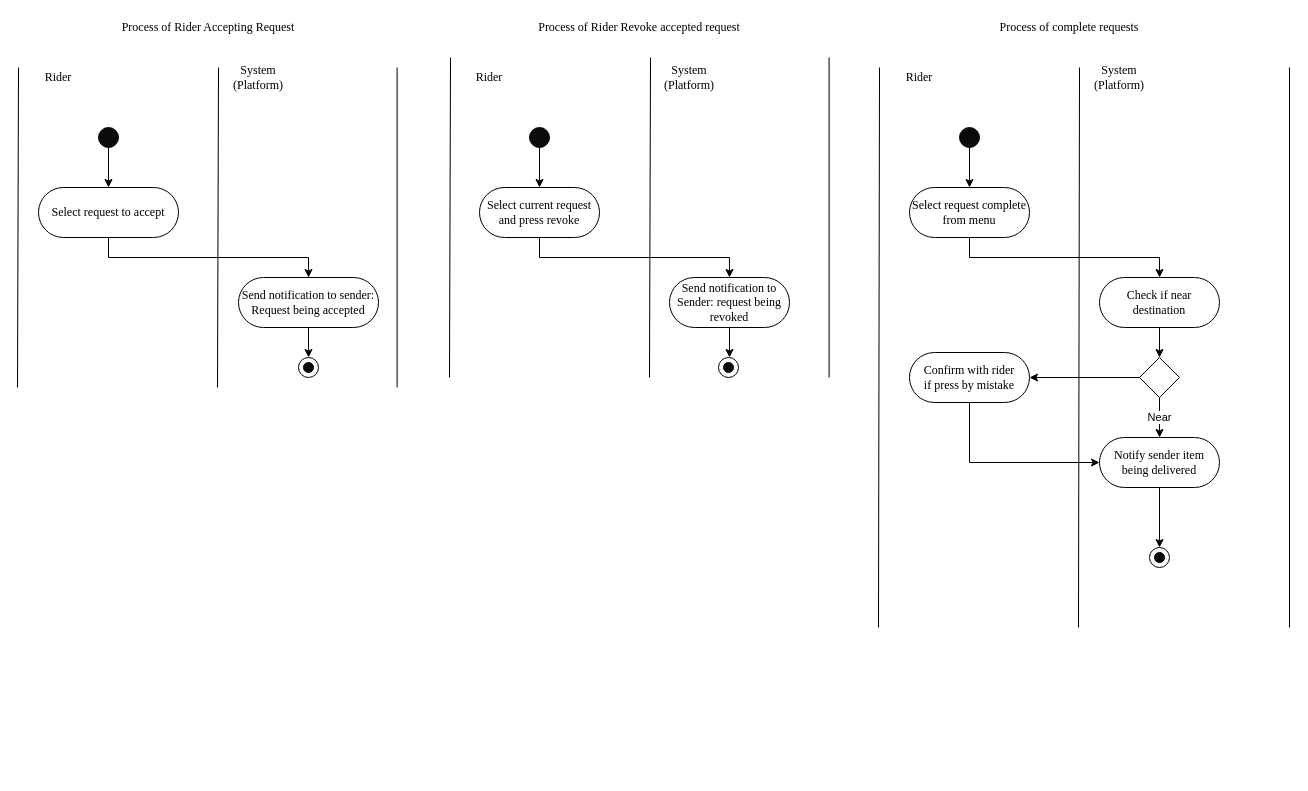
The draw.io diagram Diagrams/Requests/Manage Requests by Rider.drawio in DIT202003G1/SAD-Assignment, before the edit. Source tidied: cells renumbered, new cells numbered last; positions are measured from the earlier drawing's top-left corner, leaving out a move shared by most shapes. Both pictures are drawn from the tidied source at 100%, with x=0, y=0 at pixel (17, 17).
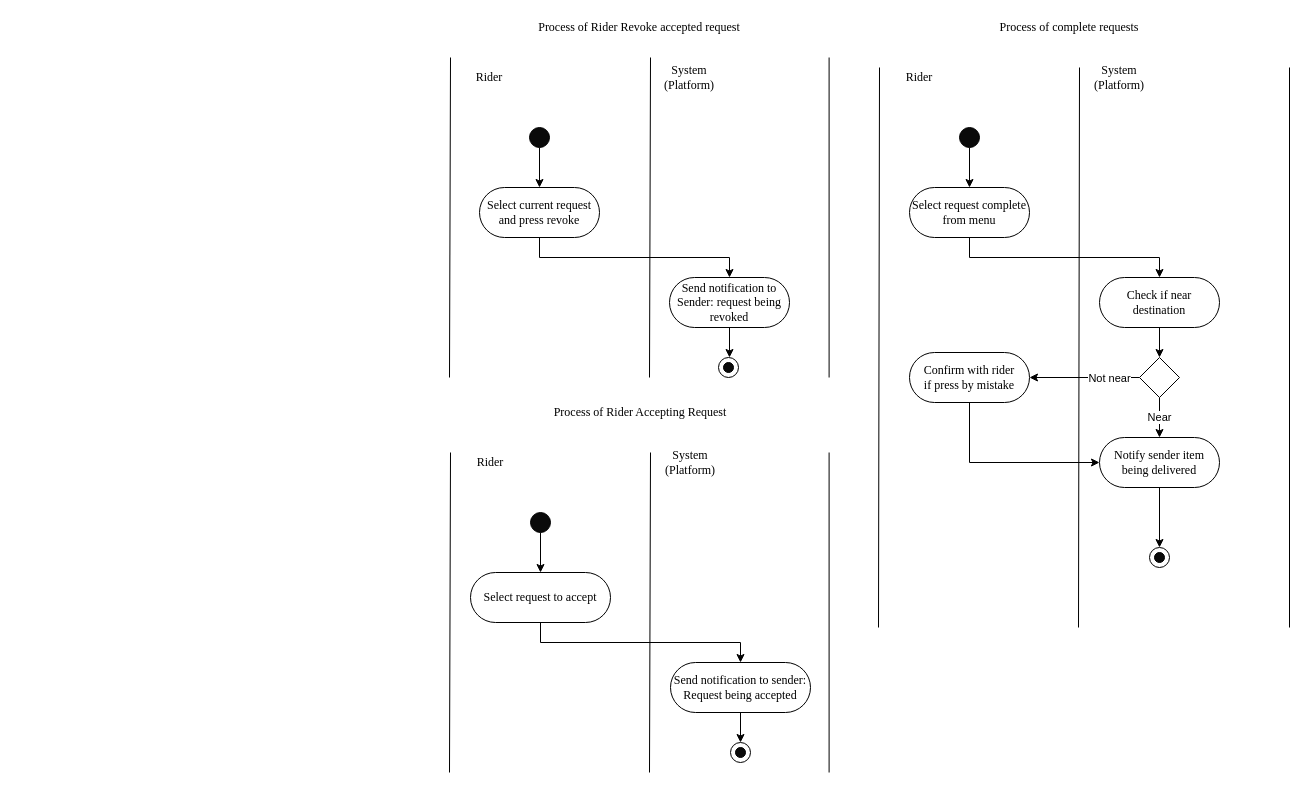
The same diagram, later.

The change refers to these unchanged cells:
```xml
<mxCell id="40" style="edgeStyle=orthogonalEdgeStyle;rounded=0;jettySize=auto;html=1;exitX=0;exitY=0.5;exitDx=0;exitDy=0;entryX=1;entryY=0.5;entryDx=0;entryDy=0;" parent="1" edge="1" source="41" target="53">
  <mxGeometry relative="1" as="geometry" />
</mxCell>
```

Change to the diagram source:
```diff
@@
     <mxCell id="2" value="Process of Rider Accepting Request" style="text;html=1;strokeColor=none;fillColor=none;align=center;verticalAlign=middle;whiteSpace=wrap;rounded=0;fontSize=12;fontFamily=Times New Roman;" parent="1" vertex="1">
-      <mxGeometry x="1" width="380" height="20" as="geometry" />
+      <mxGeometry x="433" y="385" width="380" height="20" as="geometry" />
     </mxCell>
     <mxCell id="3" value="Rider" style="text;html=1;strokeColor=none;fillColor=none;align=center;verticalAlign=middle;whiteSpace=wrap;rounded=0;fontSize=12;fontFamily=Times New Roman;" parent="1" vertex="1">
-      <mxGeometry x="1" y="50" width="80" height="20" as="geometry" />
+      <mxGeometry x="433" y="435" width="80" height="20" as="geometry" />
     </mxCell>
     <mxCell id="4" value="System (Platform)" style="text;html=1;strokeColor=none;fillColor=none;align=center;verticalAlign=middle;whiteSpace=wrap;rounded=0;fontSize=12;fontFamily=Times New Roman;" parent="1" vertex="1">
-      <mxGeometry x="201" y="50" width="80" height="20" as="geometry" />
+      <mxGeometry x="633" y="435" width="80" height="20" as="geometry" />
     </mxCell>
     <mxCell id="5" style="endArrow=none;html=1;fontFamily=Times New Roman;fontSize=12;" parent="1" edge="1">
       <mxGeometry relative="1" as="geometry">
-        <mxPoint y="370" as="sourcePoint" />
-        <mxPoint x="1" y="50" as="targetPoint" />
+        <mxPoint x="432" y="755" as="sourcePoint" />
+        <mxPoint x="433" y="435" as="targetPoint" />
       </mxGeometry>
     </mxCell>
     <mxCell id="6" style="endArrow=none;html=1;fontFamily=Times New Roman;fontSize=12;" parent="1" edge="1">
       <mxGeometry relative="1" as="geometry">
-        <mxPoint x="200" y="370" as="sourcePoint" />
-        <mxPoint x="201" y="50" as="targetPoint" />
+        <mxPoint x="632" y="755" as="sourcePoint" />
+        <mxPoint x="633" y="435" as="targetPoint" />
       </mxGeometry>
     </mxCell>
@@
     <mxCell id="8" style="ellipse;whiteSpace=wrap;html=1;fontFamily=Times New Roman;fontSize=12;fillColor=#0A0A0A;" parent="1" vertex="1">
-      <mxGeometry x="81" y="110" width="20" height="20" as="geometry" />
+      <mxGeometry x="513" y="495" width="20" height="20" as="geometry" />
     </mxCell>
     <mxCell id="9" style="endArrow=none;html=1;fontFamily=Times New Roman;fontSize=12;" parent="1" edge="1">
       <mxGeometry relative="1" as="geometry">
-        <mxPoint x="379.6" y="370" as="sourcePoint" />
-        <mxPoint x="379.6" y="50" as="targetPoint" />
+        <mxPoint x="811.6" y="755" as="sourcePoint" />
+        <mxPoint x="811.6" y="435" as="targetPoint" />
       </mxGeometry>
     </mxCell>
@@
     <mxCell id="11" value="Select request to accept" style="rounded=1;whiteSpace=wrap;html=1;fontFamily=Times New Roman;fontSize=12;arcSize=50;" parent="1" vertex="1">
-      <mxGeometry x="21" y="170" width="140" height="50" as="geometry" />
+      <mxGeometry x="453" y="555" width="140" height="50" as="geometry" />
     </mxCell>
     <mxCell id="12" style="group;" parent="1" vertex="1">
-      <mxGeometry x="281" y="340" width="20" height="20" as="geometry" />
+      <mxGeometry x="713" y="725" width="20" height="20" as="geometry" />
     </mxCell>
@@
+    <mxCell id="54" value="Not near" style="edgeLabel;html=1;align=center;verticalAlign=middle;" parent="40" vertex="1">
+      <mxGeometry x="-0.71" y="-3" relative="1" as="geometry">
+        <mxPoint x="-15" y="3" as="offset" />
+      </mxGeometry>
+    </mxCell>
@@
     <mxCell id="45" value="Send notification to sender: Request being accepted" style="rounded=1;whiteSpace=wrap;html=1;fontFamily=Times New Roman;fontSize=12;arcSize=50;" parent="1" vertex="1">
-      <mxGeometry x="221" y="260" width="140" height="50" as="geometry" />
+      <mxGeometry x="653" y="645" width="140" height="50" as="geometry" />
     </mxCell>
```
